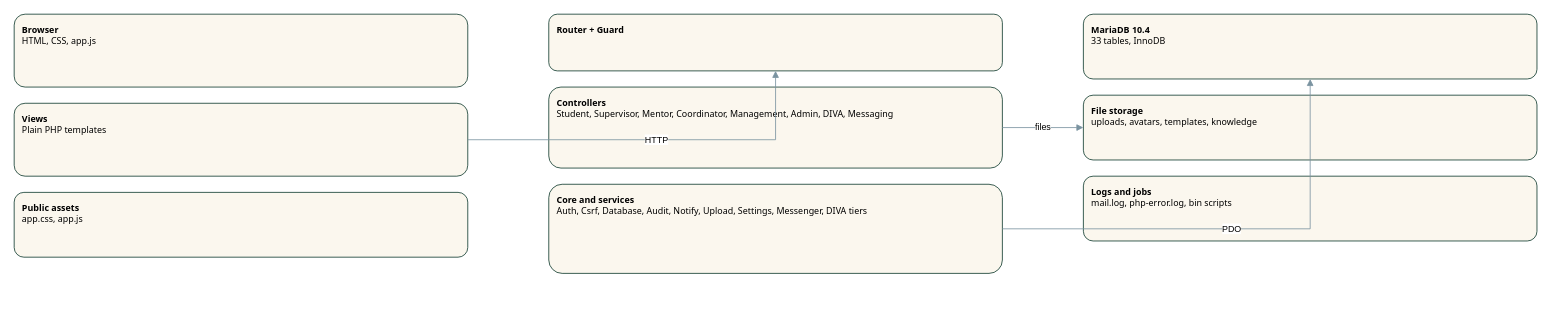
Above: REPORT/figures/Figure_03_Architecture.drawio in EssenceShady/Digital_LEAP_Assignment3_Group_G (draw.io), before the change. Source tidied: cells renumbered, new cells numbered last; positions are measured from the earlier drawing's top-left corner, leaving out a move shared by most shapes. Both pictures are drawn from the tidied source at 81%, with x=0, y=0 at pixel (14, 14).
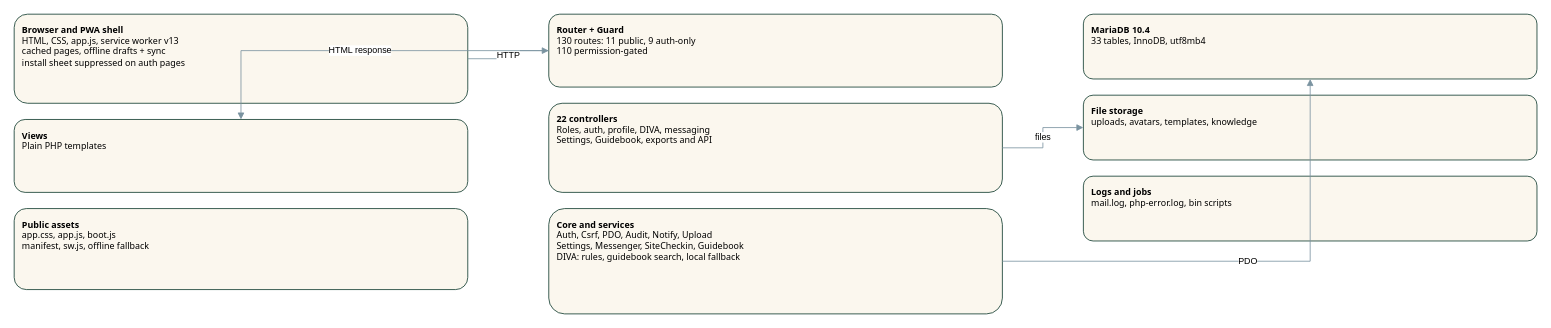
Above is the later version.

Commit message (it also covers changes not shown here):
Correct the figure set and rebuild the report around it

Diff of the diagram source:
```diff
@@
 <mxGraphModel>
   <root>
     <mxCell id="0" />
     <mxCell id="1" parent="0" />
-    <mxCell id="2" value="&lt;b&gt;Browser&lt;/b&gt;&lt;br&gt;HTML, CSS, app.js" style="rounded=1;whiteSpace=wrap;html=1;align=left;verticalAlign=top;spacingLeft=8;spacingTop=6;fontFamily=Tahoma;fontSize=11;fillColor=#FBF7EE;strokeColor=#0F3B2E;" parent="1" vertex="1">
-      <mxGeometry width="560" height="90" as="geometry" />
+    <mxCell id="2" value="&lt;b&gt;Browser and PWA shell&lt;/b&gt;&lt;br&gt;HTML, CSS, app.js, service worker v13&lt;br&gt;cached pages, offline drafts + sync&lt;br&gt;install sheet suppressed on auth pages" style="rounded=1;whiteSpace=wrap;html=1;align=left;verticalAlign=top;spacingLeft=8;spacingTop=6;fontFamily=Tahoma;fontSize=11;fillColor=#FBF7EE;strokeColor=#0F3B2E;" parent="1" vertex="1">
+      <mxGeometry width="560" height="110" as="geometry" />
     </mxCell>
     <mxCell id="3" value="&lt;b&gt;Views&lt;/b&gt;&lt;br&gt;Plain PHP templates" style="rounded=1;whiteSpace=wrap;html=1;align=left;verticalAlign=top;spacingLeft=8;spacingTop=6;fontFamily=Tahoma;fontSize=11;fillColor=#FBF7EE;strokeColor=#0F3B2E;" parent="1" vertex="1">
-      <mxGeometry y="110" width="560" height="90" as="geometry" />
+      <mxGeometry y="130" width="560" height="90" as="geometry" />
     </mxCell>
-    <mxCell id="4" value="&lt;b&gt;Public assets&lt;/b&gt;&lt;br&gt;app.css, app.js" style="rounded=1;whiteSpace=wrap;html=1;align=left;verticalAlign=top;spacingLeft=8;spacingTop=6;fontFamily=Tahoma;fontSize=11;fillColor=#FBF7EE;strokeColor=#0F3B2E;" parent="1" vertex="1">
-      <mxGeometry y="220" width="560" height="80" as="geometry" />
+    <mxCell id="4" value="&lt;b&gt;Public assets&lt;/b&gt;&lt;br&gt;app.css, app.js, boot.js&lt;br&gt;manifest, sw.js, offline fallback" style="rounded=1;whiteSpace=wrap;html=1;align=left;verticalAlign=top;spacingLeft=8;spacingTop=6;fontFamily=Tahoma;fontSize=11;fillColor=#FBF7EE;strokeColor=#0F3B2E;" parent="1" vertex="1">
+      <mxGeometry y="240" width="560" height="100" as="geometry" />
     </mxCell>
-    <mxCell id="5" value="&lt;b&gt;Router + Guard&lt;/b&gt;" style="rounded=1;whiteSpace=wrap;html=1;align=left;verticalAlign=top;spacingLeft=8;spacingTop=6;fontFamily=Tahoma;fontSize=11;fillColor=#FBF7EE;strokeColor=#0F3B2E;" parent="1" vertex="1">
-      <mxGeometry x="660" width="560" height="70" as="geometry" />
+    <mxCell id="5" value="&lt;b&gt;Router + Guard&lt;/b&gt;&lt;br&gt;130 routes: 11 public, 9 auth-only&lt;br&gt;110 permission-gated" style="rounded=1;whiteSpace=wrap;html=1;align=left;verticalAlign=top;spacingLeft=8;spacingTop=6;fontFamily=Tahoma;fontSize=11;fillColor=#FBF7EE;strokeColor=#0F3B2E;" parent="1" vertex="1">
+      <mxGeometry x="660" width="560" height="90" as="geometry" />
     </mxCell>
-    <mxCell id="6" value="&lt;b&gt;Controllers&lt;/b&gt;&lt;br&gt;Student, Supervisor, Mentor, Coordinator, Management, Admin, DIVA, Messaging" style="rounded=1;whiteSpace=wrap;html=1;align=left;verticalAlign=top;spacingLeft=8;spacingTop=6;fontFamily=Tahoma;fontSize=11;fillColor=#FBF7EE;strokeColor=#0F3B2E;" parent="1" vertex="1">
-      <mxGeometry x="660" y="90" width="560" height="100" as="geometry" />
+    <mxCell id="6" value="&lt;b&gt;22 controllers&lt;/b&gt;&lt;br&gt;Roles, auth, profile, DIVA, messaging&lt;br&gt;Settings, Guidebook, exports and API" style="rounded=1;whiteSpace=wrap;html=1;align=left;verticalAlign=top;spacingLeft=8;spacingTop=6;fontFamily=Tahoma;fontSize=11;fillColor=#FBF7EE;strokeColor=#0F3B2E;" parent="1" vertex="1">
+      <mxGeometry x="660" y="110" width="560" height="110" as="geometry" />
     </mxCell>
-    <mxCell id="7" value="&lt;b&gt;Core and services&lt;/b&gt;&lt;br&gt;Auth, Csrf, Database, Audit, Notify, Upload, Settings, Messenger, DIVA tiers" style="rounded=1;whiteSpace=wrap;html=1;align=left;verticalAlign=top;spacingLeft=8;spacingTop=6;fontFamily=Tahoma;fontSize=11;fillColor=#FBF7EE;strokeColor=#0F3B2E;" parent="1" vertex="1">
-      <mxGeometry x="660" y="210" width="560" height="110" as="geometry" />
+    <mxCell id="7" value="&lt;b&gt;Core and services&lt;/b&gt;&lt;br&gt;Auth, Csrf, PDO, Audit, Notify, Upload&lt;br&gt;Settings, Messenger, SiteCheckin, Guidebook&lt;br&gt;DIVA: rules, guidebook search, local fallback" style="rounded=1;whiteSpace=wrap;html=1;align=left;verticalAlign=top;spacingLeft=8;spacingTop=6;fontFamily=Tahoma;fontSize=11;fillColor=#FBF7EE;strokeColor=#0F3B2E;" parent="1" vertex="1">
+      <mxGeometry x="660" y="240" width="560" height="130" as="geometry" />
     </mxCell>
-    <mxCell id="8" value="&lt;b&gt;MariaDB 10.4&lt;/b&gt;&lt;br&gt;33 tables, InnoDB" style="rounded=1;whiteSpace=wrap;html=1;align=left;verticalAlign=top;spacingLeft=8;spacingTop=6;fontFamily=Tahoma;fontSize=11;fillColor=#FBF7EE;strokeColor=#0F3B2E;" parent="1" vertex="1">
+    <mxCell id="8" value="&lt;b&gt;MariaDB 10.4&lt;/b&gt;&lt;br&gt;33 tables, InnoDB, utf8mb4" style="rounded=1;whiteSpace=wrap;html=1;align=left;verticalAlign=top;spacingLeft=8;spacingTop=6;fontFamily=Tahoma;fontSize=11;fillColor=#FBF7EE;strokeColor=#0F3B2E;" parent="1" vertex="1">
       <mxGeometry x="1320" width="560" height="80" as="geometry" />
     </mxCell>
     <mxCell id="9" value="&lt;b&gt;File storage&lt;/b&gt;&lt;br&gt;uploads, avatars, templates, knowledge" style="rounded=1;whiteSpace=wrap;html=1;align=left;verticalAlign=top;spacingLeft=8;spacingTop=6;fontFamily=Tahoma;fontSize=11;fillColor=#FBF7EE;strokeColor=#0F3B2E;" parent="1" vertex="1">
       <mxGeometry x="1320" y="100" width="560" height="80" as="geometry" />
     </mxCell>
     <mxCell id="10" value="&lt;b&gt;Logs and jobs&lt;/b&gt;&lt;br&gt;mail.log, php-error.log, bin scripts" style="rounded=1;whiteSpace=wrap;html=1;align=left;verticalAlign=top;spacingLeft=8;spacingTop=6;fontFamily=Tahoma;fontSize=11;fillColor=#FBF7EE;strokeColor=#0F3B2E;" parent="1" vertex="1">
       <mxGeometry x="1320" y="200" width="560" height="80" as="geometry" />
     </mxCell>
-    <mxCell id="11" value="HTTP" style="edgeStyle=orthogonalEdgeStyle;rounded=0;html=1;endArrow=block;strokeColor=#7A93A0;" parent="1" edge="1" source="3" target="5">
+    <mxCell id="11" value="HTTP" style="edgeStyle=orthogonalEdgeStyle;rounded=0;html=1;endArrow=block;strokeColor=#7A93A0;" parent="1" edge="1" source="2" target="5">
       <mxGeometry relative="1" as="geometry" />
     </mxCell>
+    <mxCell id="14" value="HTML response" style="edgeStyle=orthogonalEdgeStyle;rounded=0;html=1;endArrow=block;strokeColor=#7A93A0;" parent="1" edge="1" source="5" target="3">
+      <mxGeometry relative="1" as="geometry" />
+    </mxCell>
     <mxCell id="12" value="PDO" style="edgeStyle=orthogonalEdgeStyle;rounded=0;html=1;endArrow=block;strokeColor=#7A93A0;" parent="1" edge="1" source="7" target="8">
       <mxGeometry relative="1" as="geometry" />
     </mxCell>
     <mxCell id="13" value="files" style="edgeStyle=orthogonalEdgeStyle;rounded=0;html=1;endArrow=block;strokeColor=#7A93A0;" parent="1" edge="1" source="6" target="9">
       <mxGeometry relative="1" as="geometry" />
     </mxCell>
   </root>
 </mxGraphModel>
```
